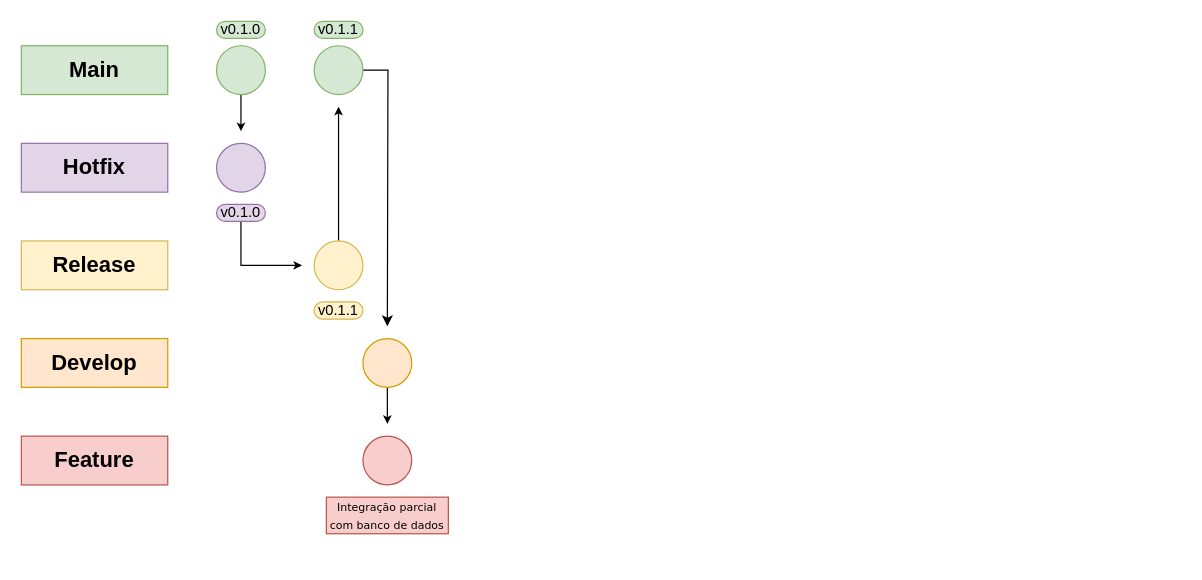
The draw.io diagram Pi-GitHub.drawio in OctavioNascimento23/ProjetoIntegrador1, before the edit. Source tidied: cells renumbered, new cells numbered last; positions are measured from the earlier drawing's top-left corner, leaving out a move shared by most shapes. Both pictures are drawn from the tidied source at 122%, with x=0, y=0 at pixel (21, 21).
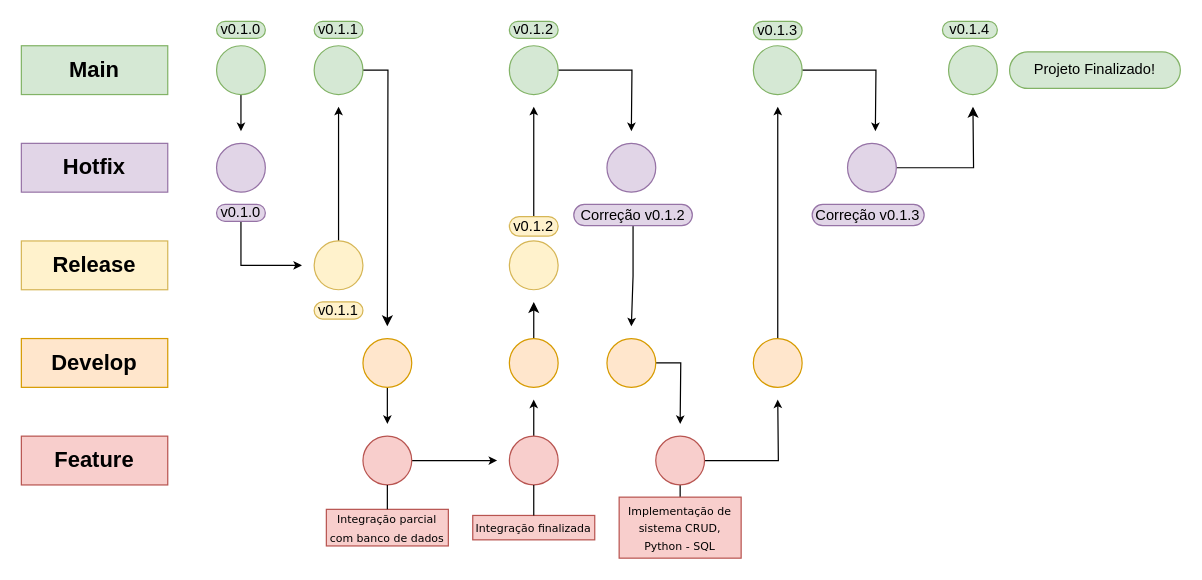
The same diagram, later.

Unchanged cells that the change refers to:
```xml
<mxCell id="21" style="ellipse;whiteSpace=wrap;html=1;fillColor=#f8cecc;strokeColor=#b85450;" parent="1" vertex="1">
  <mxGeometry x="280" y="340" width="40" height="40" as="geometry" />
</mxCell>
```

The edit, as a diff of the source:
```diff
@@
+    <mxCell id="23" style="edgeStyle=orthogonalEdgeStyle;rounded=0;jettySize=auto;html=1;endSize=4;" parent="1" edge="1" source="21">
+      <mxGeometry relative="1" as="geometry">
+        <mxPoint x="390" y="360" as="targetPoint" />
+      </mxGeometry>
+    </mxCell>
@@
     <mxCell id="22" value="&lt;font style=&quot;font-size: 9px;&quot; face=&quot;Verdana&quot;&gt;Integração parcial com banco de dados&lt;/font&gt;" style="rounded=0;whiteSpace=wrap;html=1;fillColor=#f8cecc;strokeColor=#b85450;" parent="1" vertex="1">
-      <mxGeometry x="250" y="390" width="100" height="30" as="geometry" />
+      <mxGeometry x="250" y="400" width="100" height="30" as="geometry" />
     </mxCell>
+    <mxCell id="24" style="edgeStyle=orthogonalEdgeStyle;rounded=0;jettySize=auto;html=1;endSize=4;" parent="1" edge="1" source="25">
+      <mxGeometry relative="1" as="geometry">
+        <mxPoint x="420" y="310" as="targetPoint" />
+      </mxGeometry>
+    </mxCell>
+    <mxCell id="25" style="ellipse;whiteSpace=wrap;html=1;fillColor=#f8cecc;strokeColor=#b85450;" parent="1" vertex="1">
+      <mxGeometry x="400" y="340" width="40" height="40" as="geometry" />
+    </mxCell>
+    <mxCell id="26" value="&lt;font style=&quot;font-size: 9px;&quot; face=&quot;Verdana&quot;&gt;Integração finalizada&lt;/font&gt;" style="rounded=0;whiteSpace=wrap;html=1;fillColor=#f8cecc;strokeColor=#b85450;" parent="1" vertex="1">
+      <mxGeometry x="370" y="405" width="100" height="20" as="geometry" />
+    </mxCell>
+    <mxCell id="27" style="edgeStyle=orthogonalEdgeStyle;rounded=0;jettySize=auto;html=1;" parent="1" edge="1" source="28">
+      <mxGeometry relative="1" as="geometry">
+        <mxPoint x="420" y="230" as="targetPoint" />
+      </mxGeometry>
+    </mxCell>
+    <mxCell id="28" style="ellipse;whiteSpace=wrap;html=1;fillColor=#ffe6cc;strokeColor=#d79b00;" parent="1" vertex="1">
+      <mxGeometry x="400" y="260" width="40" height="40" as="geometry" />
+    </mxCell>
+    <mxCell id="29" style="ellipse;whiteSpace=wrap;html=1;fillColor=#fff2cc;strokeColor=#d6b656;" parent="1" vertex="1">
+      <mxGeometry x="400" y="180" width="40" height="40" as="geometry" />
+    </mxCell>
+    <mxCell id="30" style="edgeStyle=orthogonalEdgeStyle;rounded=0;jettySize=auto;html=1;startArrow=none;endArrow=classic;segment=10;sourcePerimeterSpacing=0;targetPerimeterSpacing=0;exitX=0.5;exitY=0;exitDx=0;exitDy=0;endFill=1;endSize=4;" parent="1" edge="1" source="31">
+      <mxGeometry relative="1" as="geometry">
+        <mxPoint x="420" y="70" as="targetPoint" />
+        <Array as="points">
+          <mxPoint x="420" y="80" />
+        </Array>
+      </mxGeometry>
+    </mxCell>
+    <mxCell id="31" value="v0.1.2" style="whiteSpace=wrap;html=1;rounded=1;arcSize=50;align=center;verticalAlign=middle;strokeWidth=1;spacing=4;newEdgeStyle={&quot;edgeStyle&quot;:&quot;entityRelationEdgeStyle&quot;,&quot;startArrow&quot;:&quot;none&quot;,&quot;endArrow&quot;:&quot;none&quot;,&quot;segment&quot;:10,&quot;curved&quot;:1,&quot;sourcePerimeterSpacing&quot;:0,&quot;targetPerimeterSpacing&quot;:0};fillColor=#fff2cc;strokeColor=#d6b656;" parent="1" vertex="1">
+      <mxGeometry x="400" y="160" width="40" height="16" as="geometry" />
+    </mxCell>
+    <mxCell id="32" style="edgeStyle=orthogonalEdgeStyle;rounded=0;jettySize=auto;html=1;endSize=4;" parent="1" edge="1" source="33">
+      <mxGeometry relative="1" as="geometry">
+        <mxPoint x="500" y="90" as="targetPoint" />
+      </mxGeometry>
+    </mxCell>
+    <mxCell id="33" style="ellipse;whiteSpace=wrap;html=1;fillColor=#d5e8d4;strokeColor=#82b366;" parent="1" vertex="1">
+      <mxGeometry x="400" y="20" width="40" height="40" as="geometry" />
+    </mxCell>
+    <mxCell id="34" value="v0.1.2" style="whiteSpace=wrap;html=1;rounded=1;arcSize=50;align=center;verticalAlign=middle;strokeWidth=1;spacing=4;newEdgeStyle={&quot;edgeStyle&quot;:&quot;entityRelationEdgeStyle&quot;,&quot;startArrow&quot;:&quot;none&quot;,&quot;endArrow&quot;:&quot;none&quot;,&quot;segment&quot;:10,&quot;curved&quot;:1,&quot;sourcePerimeterSpacing&quot;:0,&quot;targetPerimeterSpacing&quot;:0};fillColor=#d5e8d4;strokeColor=#82b366;" parent="1" vertex="1">
+      <mxGeometry x="400" width="40" height="14" as="geometry" />
+    </mxCell>
+    <mxCell id="35" style="ellipse;whiteSpace=wrap;html=1;fillColor=#e1d5e7;strokeColor=#9673a6;" parent="1" vertex="1">
+      <mxGeometry x="480" y="100" width="40" height="40" as="geometry" />
+    </mxCell>
+    <mxCell id="36" style="edgeStyle=orthogonalEdgeStyle;rounded=0;jettySize=auto;html=1;startArrow=none;endArrow=classic;segment=10;sourcePerimeterSpacing=0;targetPerimeterSpacing=0;exitX=0.5;exitY=1;exitDx=0;exitDy=0;endSize=4;endFill=1;" parent="1" edge="1" source="37">
+      <mxGeometry relative="1" as="geometry">
+        <mxPoint x="500" y="250" as="targetPoint" />
+      </mxGeometry>
+    </mxCell>
+    <mxCell id="37" value="Correção v0.1.2" style="whiteSpace=wrap;html=1;rounded=1;arcSize=50;align=center;verticalAlign=middle;strokeWidth=1;spacing=4;newEdgeStyle={&quot;edgeStyle&quot;:&quot;entityRelationEdgeStyle&quot;,&quot;startArrow&quot;:&quot;none&quot;,&quot;endArrow&quot;:&quot;none&quot;,&quot;segment&quot;:10,&quot;curved&quot;:1,&quot;sourcePerimeterSpacing&quot;:0,&quot;targetPerimeterSpacing&quot;:0};fillColor=#e1d5e7;strokeColor=#9673a6;" parent="1" vertex="1">
+      <mxGeometry x="452.8" y="150" width="97.2" height="17.5" as="geometry" />
+    </mxCell>
+    <mxCell id="38" style="edgeStyle=orthogonalEdgeStyle;rounded=0;jettySize=auto;html=1;endSize=4;" parent="1" edge="1" source="39">
+      <mxGeometry relative="1" as="geometry">
+        <mxPoint x="540" y="330" as="targetPoint" />
+      </mxGeometry>
+    </mxCell>
+    <mxCell id="39" style="ellipse;whiteSpace=wrap;html=1;fillColor=#ffe6cc;strokeColor=#d79b00;" parent="1" vertex="1">
+      <mxGeometry x="480" y="260" width="40" height="40" as="geometry" />
+    </mxCell>
+    <mxCell id="40" style="edgeStyle=orthogonalEdgeStyle;rounded=0;jettySize=auto;html=1;exitX=0.5;exitY=1;exitDx=0;exitDy=0;entryX=0.5;entryY=0;entryDx=0;entryDy=0;endArrow=none;endFill=0;" parent="1" edge="1" source="42" target="43">
+      <mxGeometry relative="1" as="geometry" />
+    </mxCell>
+    <mxCell id="41" style="edgeStyle=orthogonalEdgeStyle;rounded=0;jettySize=auto;html=1;endSize=4;" parent="1" edge="1" source="42">
+      <mxGeometry relative="1" as="geometry">
+        <mxPoint x="620" y="310" as="targetPoint" />
+      </mxGeometry>
+    </mxCell>
+    <mxCell id="42" style="ellipse;whiteSpace=wrap;html=1;fillColor=#f8cecc;strokeColor=#b85450;" parent="1" vertex="1">
+      <mxGeometry x="520" y="340" width="40" height="40" as="geometry" />
+    </mxCell>
+    <mxCell id="43" value="&lt;font style=&quot;font-size: 9px;&quot; face=&quot;Verdana&quot;&gt;Implementação de sistema CRUD, Python - SQL&lt;/font&gt;" style="rounded=0;whiteSpace=wrap;html=1;fillColor=#f8cecc;strokeColor=#b85450;" parent="1" vertex="1">
+      <mxGeometry x="490" y="390" width="100" height="50" as="geometry" />
+    </mxCell>
+    <mxCell id="44" style="edgeStyle=orthogonalEdgeStyle;rounded=0;jettySize=auto;html=1;exitX=0.5;exitY=1;exitDx=0;exitDy=0;endArrow=none;endFill=0;" parent="1" edge="1" source="21" target="22">
+      <mxGeometry relative="1" as="geometry" />
+    </mxCell>
+    <mxCell id="45" style="edgeStyle=orthogonalEdgeStyle;rounded=0;jettySize=auto;html=1;endArrow=none;endFill=0;entryX=0.5;entryY=0;entryDx=0;entryDy=0;" parent="1" edge="1" source="25" target="26">
+      <mxGeometry relative="1" as="geometry" />
+    </mxCell>
+    <mxCell id="46" style="edgeStyle=orthogonalEdgeStyle;rounded=0;jettySize=auto;html=1;endSize=4;" parent="1" edge="1" source="47">
+      <mxGeometry relative="1" as="geometry">
+        <mxPoint x="620" y="70" as="targetPoint" />
+      </mxGeometry>
+    </mxCell>
+    <mxCell id="47" style="ellipse;whiteSpace=wrap;html=1;fillColor=#ffe6cc;strokeColor=#d79b00;" parent="1" vertex="1">
+      <mxGeometry x="600" y="260" width="40" height="40" as="geometry" />
+    </mxCell>
+    <mxCell id="48" style="edgeStyle=orthogonalEdgeStyle;rounded=0;jettySize=auto;html=1;endSize=4;" parent="1" edge="1" source="49">
+      <mxGeometry relative="1" as="geometry">
+        <mxPoint x="700" y="90" as="targetPoint" />
+      </mxGeometry>
+    </mxCell>
+    <mxCell id="49" style="ellipse;whiteSpace=wrap;html=1;fillColor=#d5e8d4;strokeColor=#82b366;" parent="1" vertex="1">
+      <mxGeometry x="600" y="20" width="40" height="40" as="geometry" />
+    </mxCell>
+    <mxCell id="50" value="v0.1.3" style="whiteSpace=wrap;html=1;rounded=1;arcSize=50;align=center;verticalAlign=middle;strokeWidth=1;spacing=4;newEdgeStyle={&quot;edgeStyle&quot;:&quot;entityRelationEdgeStyle&quot;,&quot;startArrow&quot;:&quot;none&quot;,&quot;endArrow&quot;:&quot;none&quot;,&quot;segment&quot;:10,&quot;curved&quot;:1,&quot;sourcePerimeterSpacing&quot;:0,&quot;targetPerimeterSpacing&quot;:0};fillColor=#d5e8d4;strokeColor=#82b366;" parent="1" vertex="1">
+      <mxGeometry x="600" width="40" height="15" as="geometry" />
+    </mxCell>
+    <mxCell id="51" style="edgeStyle=orthogonalEdgeStyle;rounded=0;jettySize=auto;html=1;" parent="1" edge="1" source="52">
+      <mxGeometry relative="1" as="geometry">
+        <mxPoint x="780" y="70" as="targetPoint" />
+      </mxGeometry>
+    </mxCell>
+    <mxCell id="52" style="ellipse;whiteSpace=wrap;html=1;fillColor=#e1d5e7;strokeColor=#9673a6;" parent="1" vertex="1">
+      <mxGeometry x="677.2" y="100" width="40" height="40" as="geometry" />
+    </mxCell>
+    <mxCell id="53" value="Correção v0.1.3" style="whiteSpace=wrap;html=1;rounded=1;arcSize=50;align=center;verticalAlign=middle;strokeWidth=1;spacing=4;newEdgeStyle={&quot;edgeStyle&quot;:&quot;entityRelationEdgeStyle&quot;,&quot;startArrow&quot;:&quot;none&quot;,&quot;endArrow&quot;:&quot;none&quot;,&quot;segment&quot;:10,&quot;curved&quot;:1,&quot;sourcePerimeterSpacing&quot;:0,&quot;targetPerimeterSpacing&quot;:0};fillColor=#e1d5e7;strokeColor=#9673a6;" parent="1" vertex="1">
+      <mxGeometry x="648.2" y="150" width="91.8" height="17.5" as="geometry" />
+    </mxCell>
+    <mxCell id="54" style="ellipse;whiteSpace=wrap;html=1;fillColor=#d5e8d4;strokeColor=#82b366;" parent="1" vertex="1">
+      <mxGeometry x="760" y="20" width="40" height="40" as="geometry" />
+    </mxCell>
+    <mxCell id="55" value="v0.1.4" style="whiteSpace=wrap;html=1;rounded=1;arcSize=50;align=center;verticalAlign=middle;strokeWidth=1;spacing=4;newEdgeStyle={&quot;edgeStyle&quot;:&quot;entityRelationEdgeStyle&quot;,&quot;startArrow&quot;:&quot;none&quot;,&quot;endArrow&quot;:&quot;none&quot;,&quot;segment&quot;:10,&quot;curved&quot;:1,&quot;sourcePerimeterSpacing&quot;:0,&quot;targetPerimeterSpacing&quot;:0};fillColor=#d5e8d4;strokeColor=#82b366;" parent="1" vertex="1">
+      <mxGeometry x="755" width="45" height="14" as="geometry" />
+    </mxCell>
+    <mxCell id="56" value="Projeto Finalizado!" style="whiteSpace=wrap;html=1;rounded=1;arcSize=50;align=center;verticalAlign=middle;strokeWidth=1;spacing=4;newEdgeStyle={&quot;edgeStyle&quot;:&quot;entityRelationEdgeStyle&quot;,&quot;startArrow&quot;:&quot;none&quot;,&quot;endArrow&quot;:&quot;none&quot;,&quot;segment&quot;:10,&quot;curved&quot;:1,&quot;sourcePerimeterSpacing&quot;:0,&quot;targetPerimeterSpacing&quot;:0};fillColor=#d5e8d4;strokeColor=#82b366;" parent="1" vertex="1">
+      <mxGeometry x="810" y="25" width="140" height="30" as="geometry" />
+    </mxCell>
```
